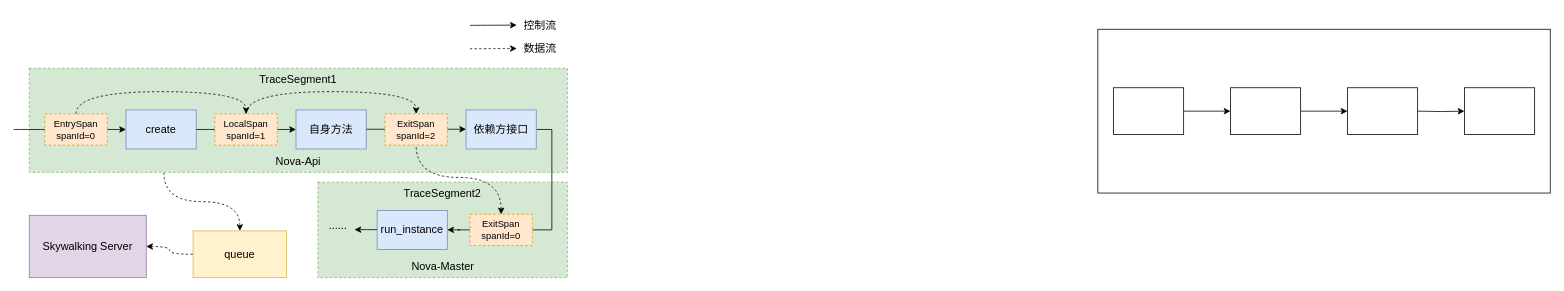
Above: skywalking.drawio in March225/drawio (draw.io), before the change. Source tidied: cells renumbered, new cells numbered last; positions are measured from the earlier drawing's top-left corner, leaving out a move shared by most shapes. Both pictures are drawn from the tidied source at 78%, with x=0, y=0 at pixel (13, 13).
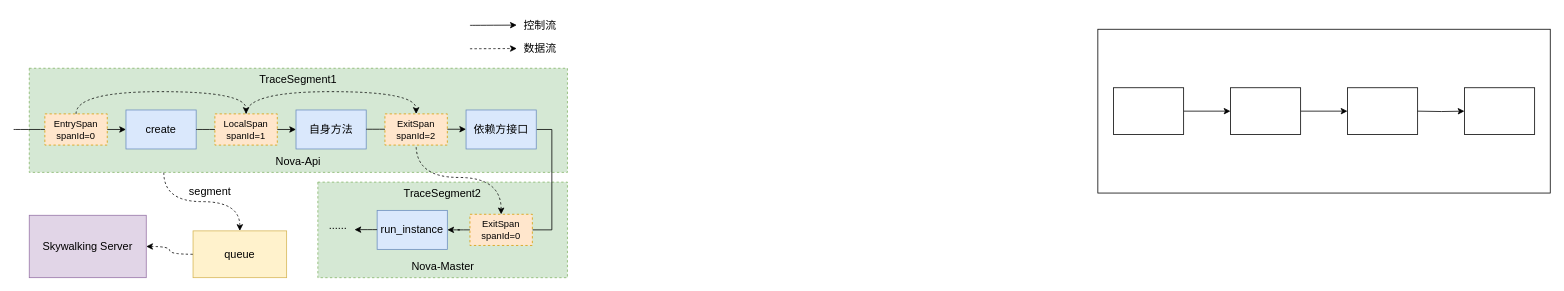
The same page after the edit.

Change to the diagram source:
```diff
@@
+    <mxCell id="42" value="&lt;span style=&quot;font-size: 14px;&quot;&gt;segment&lt;/span&gt;" style="text;html=1;strokeColor=none;fillColor=none;align=center;verticalAlign=middle;whiteSpace=wrap;rounded=0;fontSize=12;" parent="1" vertex="1">
+      <mxGeometry x="207" y="213.2" width="90" height="30" as="geometry" />
+    </mxCell>
```
